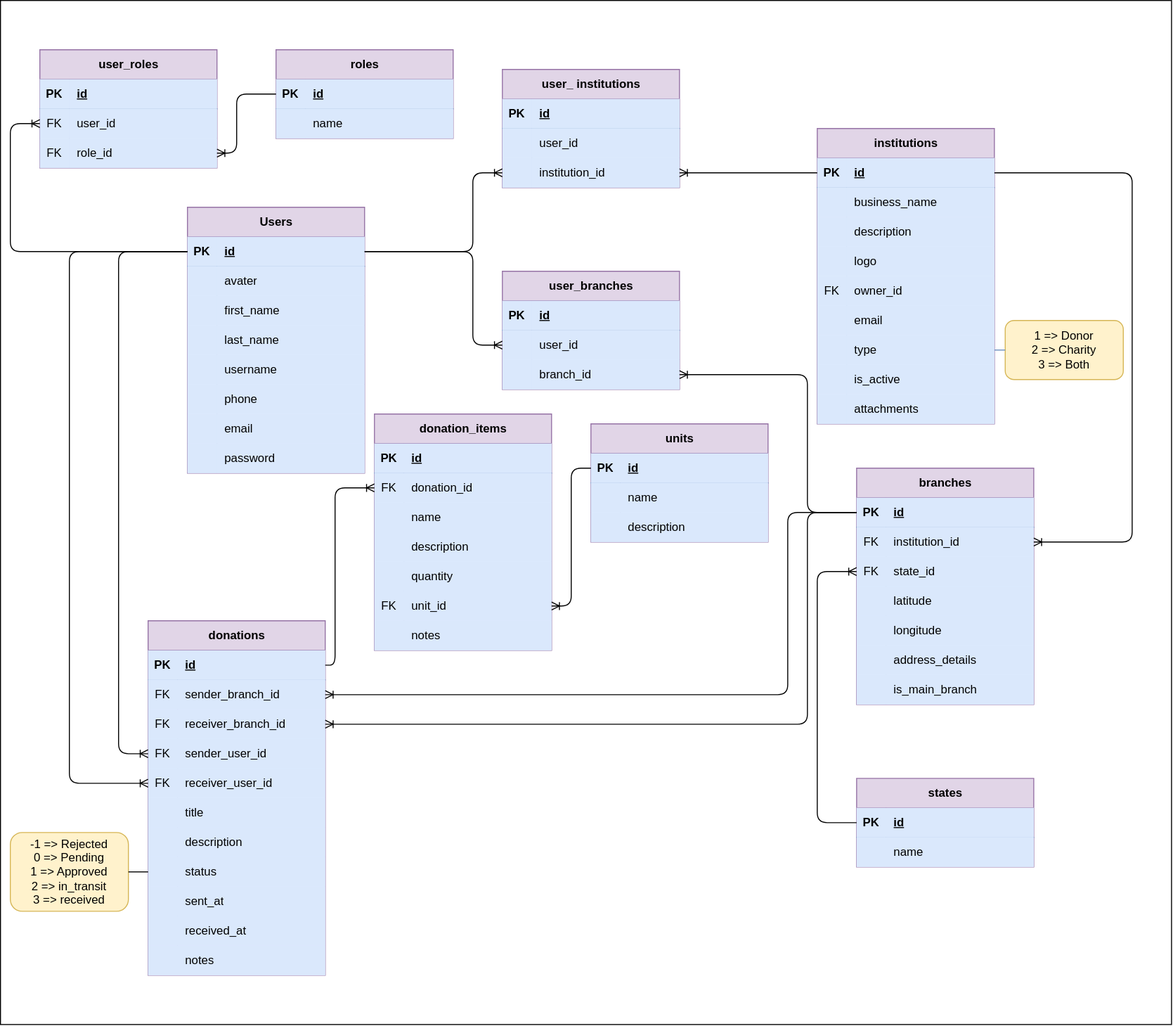
Before: erd.drawio.svg, a diagram exported from draw.io (eng-mhd-ammar/Koun-Back-End). Source tidied: cells renumbered, new cells last; positions are measured from the earlier drawing's top-left corner, leaving out a move shared by most shapes.
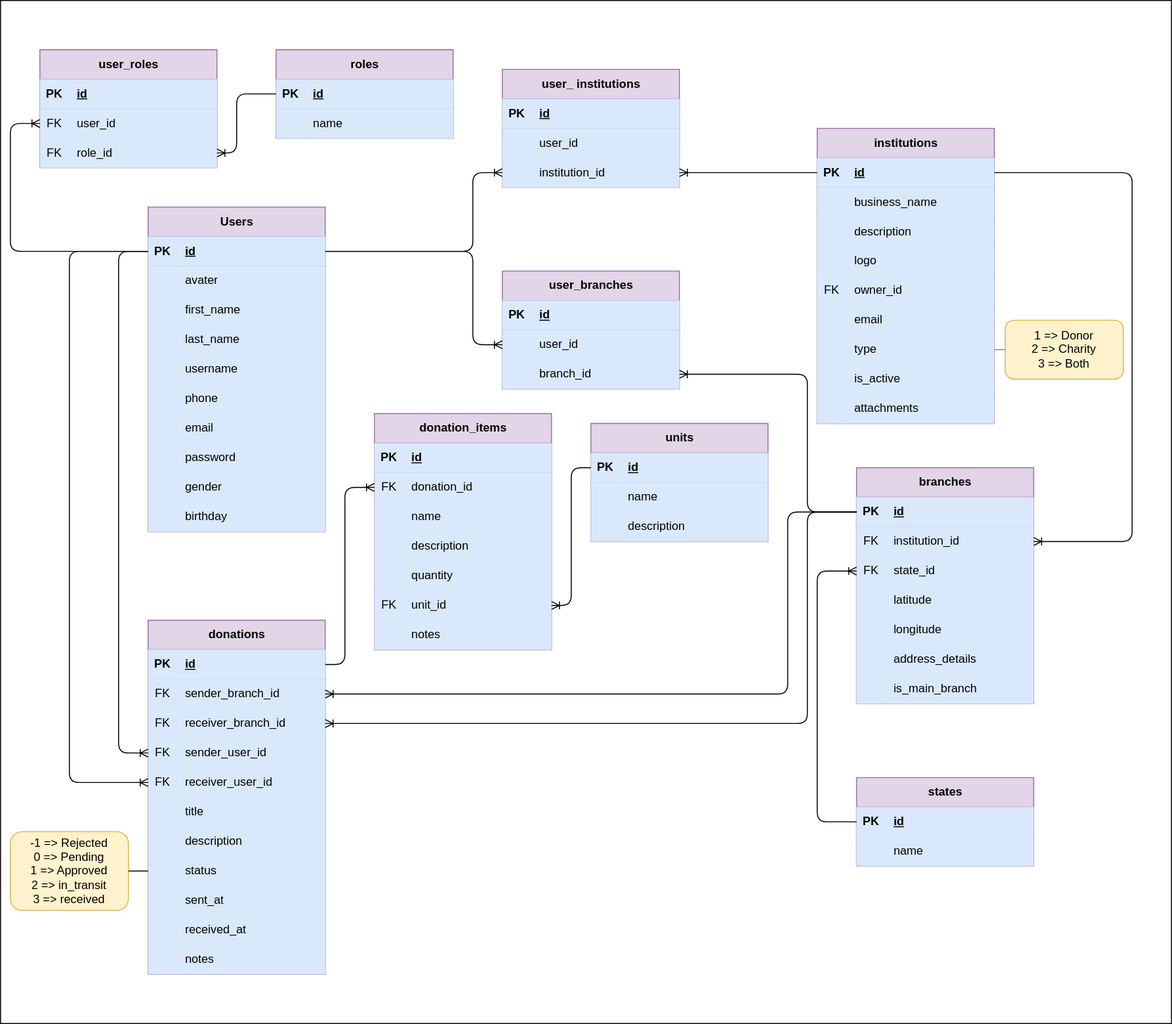
The same file after the commit.

Diff of the diagram source:
```diff
@@ -6,7 +6,7 @@
       <mxGeometry width="1190" height="1040" as="geometry" />
     </mxCell>
     <mxCell id="3" value="Users" style="shape=table;startSize=30;rowLines=0;fontStyle=1;align=center;html=1;fillColor=#e1d5e7;strokeColor=#9673a6;" parent="1" vertex="1">
-      <mxGeometry x="190" y="210" width="180" height="270" as="geometry" />
+      <mxGeometry x="150" y="210" width="180" height="330" as="geometry" />
     </mxCell>
     <mxCell id="4" style="shape=tableRow;horizontal=0;startSize=0;swimlaneHead=0;swimlaneBody=0;fillColor=#dae8fc;points=[[0,0.5],[1,0.5]];portConstraint=eastwest;top=0;left=0;right=0;bottom=1;strokeColor=#6c8ebf;" parent="3" vertex="1">
       <mxGeometry y="30" width="180" height="30" as="geometry" />
@@ -71,13 +71,31 @@
     <mxCell id="24" value="&lt;span style=&quot;color: rgb(0, 0, 0);&quot;&gt;email&lt;/span&gt;" style="shape=partialRectangle;fillColor=#dae8fc;top=0;left=0;bottom=0;right=0;align=left;spacingLeft=6;overflow=hidden;whiteSpace=wrap;html=1;strokeColor=#6c8ebf;" parent="22" vertex="1">
       <mxGeometry x="30" width="150" height="30" as="geometry" />
     </mxCell>
+    <mxCell id="206" style="shape=tableRow;horizontal=0;startSize=0;swimlaneHead=0;swimlaneBody=0;fillColor=#dae8fc;top=0;left=0;right=0;bottom=0;strokeColor=#6c8ebf;" parent="3" vertex="1">
+      <mxGeometry y="240" width="180" height="30" as="geometry" />
+    </mxCell>
+    <mxCell id="207" style="shape=partialRectangle;fillColor=#dae8fc;top=0;left=0;bottom=0;right=0;overflow=hidden;whiteSpace=wrap;html=1;strokeColor=#6c8ebf;" parent="206" vertex="1">
+      <mxGeometry width="30" height="30" as="geometry" />
+    </mxCell>
+    <mxCell id="208" value="&lt;span style=&quot;color: rgb(0, 0, 0);&quot;&gt;password&lt;/span&gt;" style="shape=partialRectangle;fillColor=#dae8fc;top=0;left=0;bottom=0;right=0;align=left;spacingLeft=6;overflow=hidden;whiteSpace=wrap;html=1;strokeColor=#6c8ebf;" parent="206" vertex="1">
+      <mxGeometry x="30" width="150" height="30" as="geometry" />
+    </mxCell>
+    <mxCell id="209" style="shape=tableRow;horizontal=0;startSize=0;swimlaneHead=0;swimlaneBody=0;fillColor=#dae8fc;top=0;left=0;right=0;bottom=0;strokeColor=#6c8ebf;" parent="3" vertex="1">
+      <mxGeometry y="270" width="180" height="30" as="geometry" />
+    </mxCell>
+    <mxCell id="210" style="shape=partialRectangle;fillColor=#dae8fc;top=0;left=0;bottom=0;right=0;overflow=hidden;whiteSpace=wrap;html=1;strokeColor=#6c8ebf;" parent="209" vertex="1">
+      <mxGeometry width="30" height="30" as="geometry" />
+    </mxCell>
+    <mxCell id="211" value="&lt;span style=&quot;color: rgb(0, 0, 0);&quot;&gt;gender&lt;/span&gt;" style="shape=partialRectangle;fillColor=#dae8fc;top=0;left=0;bottom=0;right=0;align=left;spacingLeft=6;overflow=hidden;whiteSpace=wrap;html=1;strokeColor=#6c8ebf;" parent="209" vertex="1">
+      <mxGeometry x="30" width="150" height="30" as="geometry" />
+    </mxCell>
     <mxCell id="25" style="shape=tableRow;horizontal=0;startSize=0;swimlaneHead=0;swimlaneBody=0;fillColor=#dae8fc;top=0;left=0;right=0;bottom=0;strokeColor=#6c8ebf;" parent="3" vertex="1">
-      <mxGeometry y="240" width="180" height="30" as="geometry" />
+      <mxGeometry y="300" width="180" height="30" as="geometry" />
     </mxCell>
     <mxCell id="26" style="shape=partialRectangle;fillColor=#dae8fc;top=0;left=0;bottom=0;right=0;overflow=hidden;whiteSpace=wrap;html=1;strokeColor=#6c8ebf;" parent="25" vertex="1">
       <mxGeometry width="30" height="30" as="geometry" />
     </mxCell>
-    <mxCell id="27" value="&lt;span style=&quot;color: rgb(0, 0, 0);&quot;&gt;password&lt;/span&gt;" style="shape=partialRectangle;fillColor=#dae8fc;top=0;left=0;bottom=0;right=0;align=left;spacingLeft=6;overflow=hidden;whiteSpace=wrap;html=1;strokeColor=#6c8ebf;" parent="25" vertex="1">
+    <mxCell id="27" value="birthday" style="shape=partialRectangle;fillColor=#dae8fc;top=0;left=0;bottom=0;right=0;align=left;spacingLeft=6;overflow=hidden;whiteSpace=wrap;html=1;strokeColor=#6c8ebf;" parent="25" vertex="1">
       <mxGeometry x="30" width="150" height="30" as="geometry" />
     </mxCell>
     <mxCell id="28" value="institutions" style="shape=table;startSize=30;rowLines=0;fontStyle=1;align=center;html=1;fillColor=#e1d5e7;strokeColor=#9673a6;" parent="1" vertex="1">
@@ -532,7 +550,7 @@
     <mxCell id="171" style="edgeStyle=elbowEdgeStyle;fontSize=12;html=1;endArrow=ERoneToMany;exitX=1;exitY=0.5;exitDx=0;exitDy=0;entryX=0;entryY=0.5;entryDx=0;entryDy=0;" parent="1" edge="1" source="114" target="153">
       <mxGeometry relative="1" as="geometry">
         <Array as="points">
-          <mxPoint x="340" y="600" />
+          <mxPoint x="350" y="580" />
         </Array>
       </mxGeometry>
     </mxCell>
```
